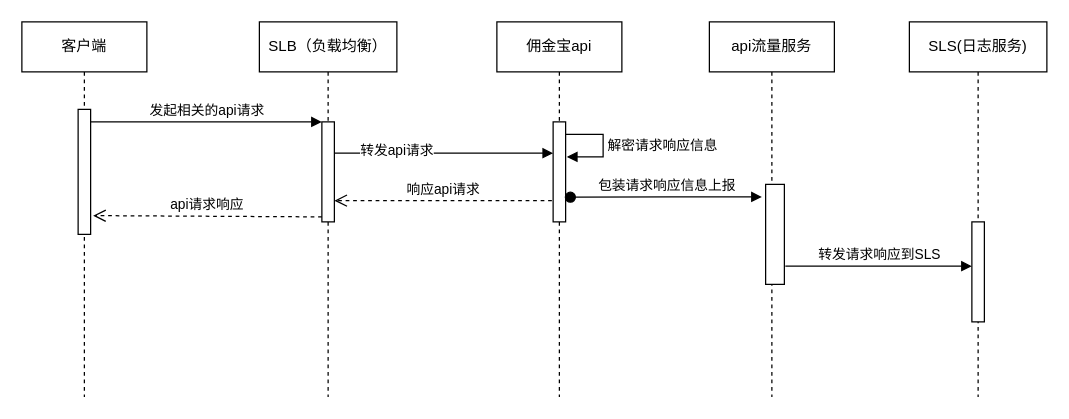
The draw.io diagram page "Page-1" (1 of 3) of Untitled Diagram.drawio in zhuobinchan/my_drow_io, before the edit. Source tidied: cells renumbered, new cells numbered last; positions are measured from the earlier drawing's top-left corner, leaving out a move shared by most shapes. Both pictures are drawn from the tidied source at 125%, with x=0, y=0 at pixel (21, 21).
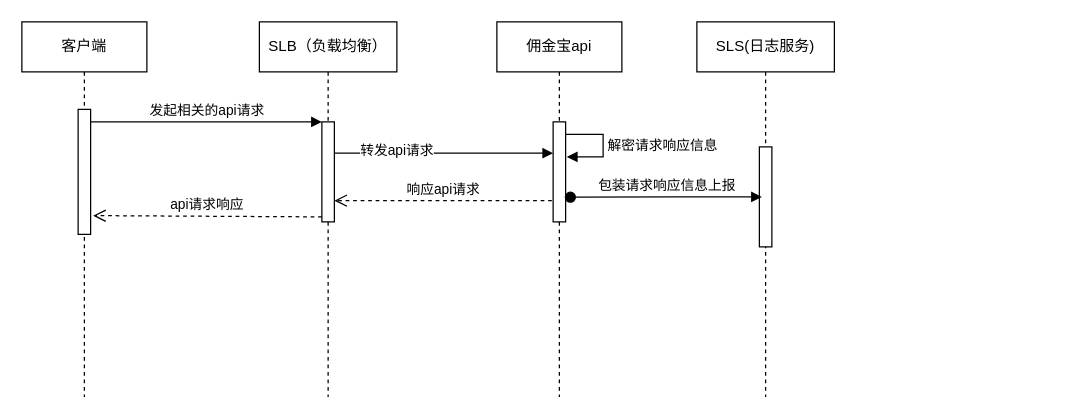
The same page after the edit.

Diff of the diagram source:
```diff
@@
     <mxCell id="9" value="SLS(日志服务)" style="shape=umlLifeline;perimeter=lifelinePerimeter;whiteSpace=wrap;html=1;" parent="1" vertex="1">
-      <mxGeometry x="710" width="110" height="300" as="geometry" />
+      <mxGeometry x="540" width="110" height="300" as="geometry" />
     </mxCell>
     <mxCell id="10" style="html=1;points=[];perimeter=orthogonalPerimeter;" parent="9" vertex="1">
-      <mxGeometry x="50" y="160" width="10" height="80" as="geometry" />
+      <mxGeometry x="50" y="100" width="10" height="80" as="geometry" />
     </mxCell>
@@
-    <mxCell id="17" value="api流量服务" style="shape=umlLifeline;perimeter=lifelinePerimeter;whiteSpace=wrap;html=1;" parent="1" vertex="1">
-      <mxGeometry x="550" width="100" height="300" as="geometry" />
-    </mxCell>
-    <mxCell id="18" style="html=1;points=[];perimeter=orthogonalPerimeter;" parent="17" vertex="1">
-      <mxGeometry x="45" y="130" width="15" height="80" as="geometry" />
-    </mxCell>
-    <mxCell id="19" value="转发请求响应到SLS" style="html=1;verticalAlign=bottom;endArrow=block;exitX=1.053;exitY=0.818;exitDx=0;exitDy=0;exitPerimeter=0;" parent="1" edge="1" source="18" target="10">
-      <mxGeometry relative="1" as="geometry" />
-    </mxCell>
```
